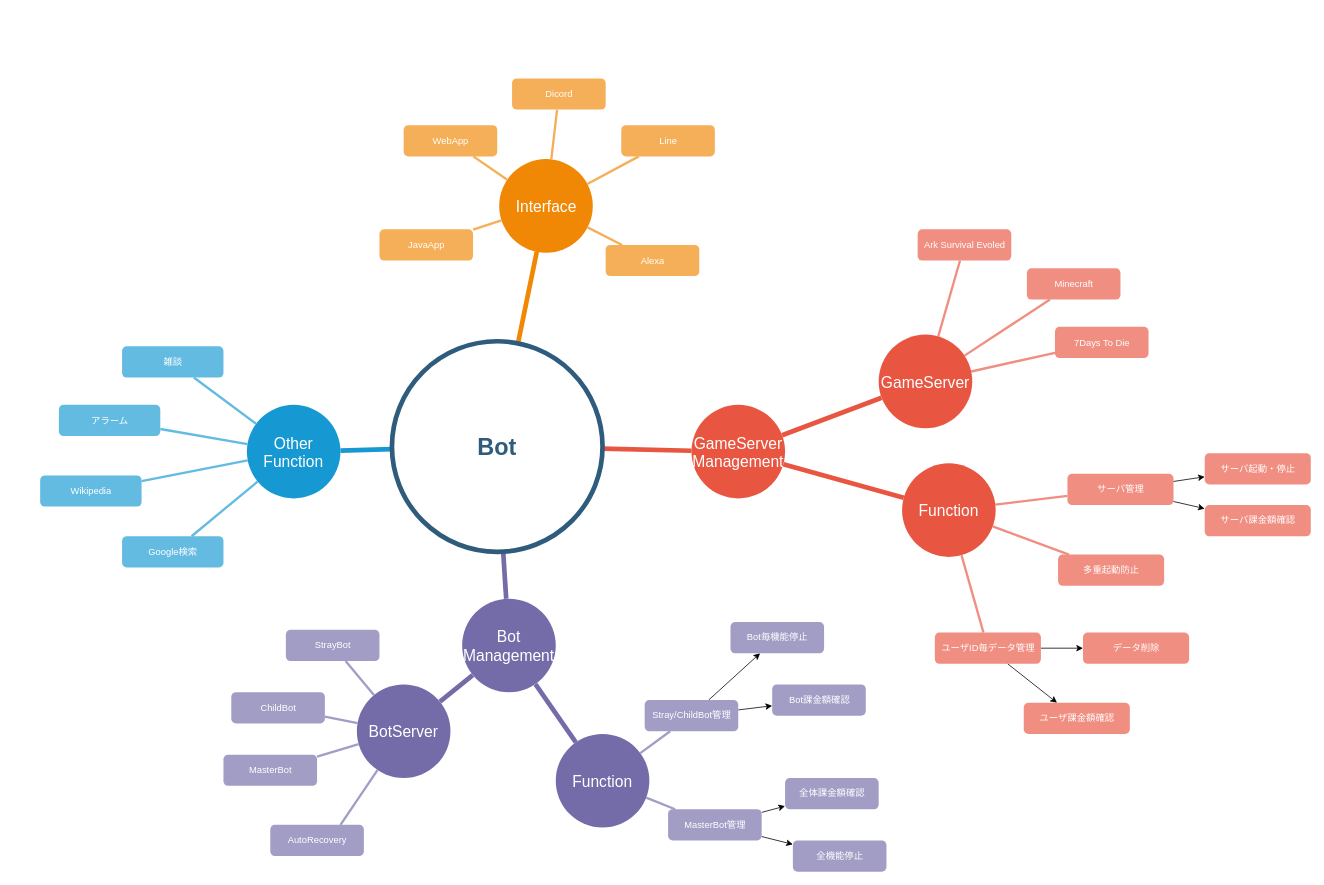
The draw.io diagram mindmap.drawio in Lyne2020/SabacanBot, before the edit. Source tidied: cells renumbered, new cells numbered last; positions are measured from the earlier drawing's top-left corner, leaving out a move shared by most shapes. Both pictures are drawn from the tidied source at 78%, with x=0, y=0 at pixel (40, 78).
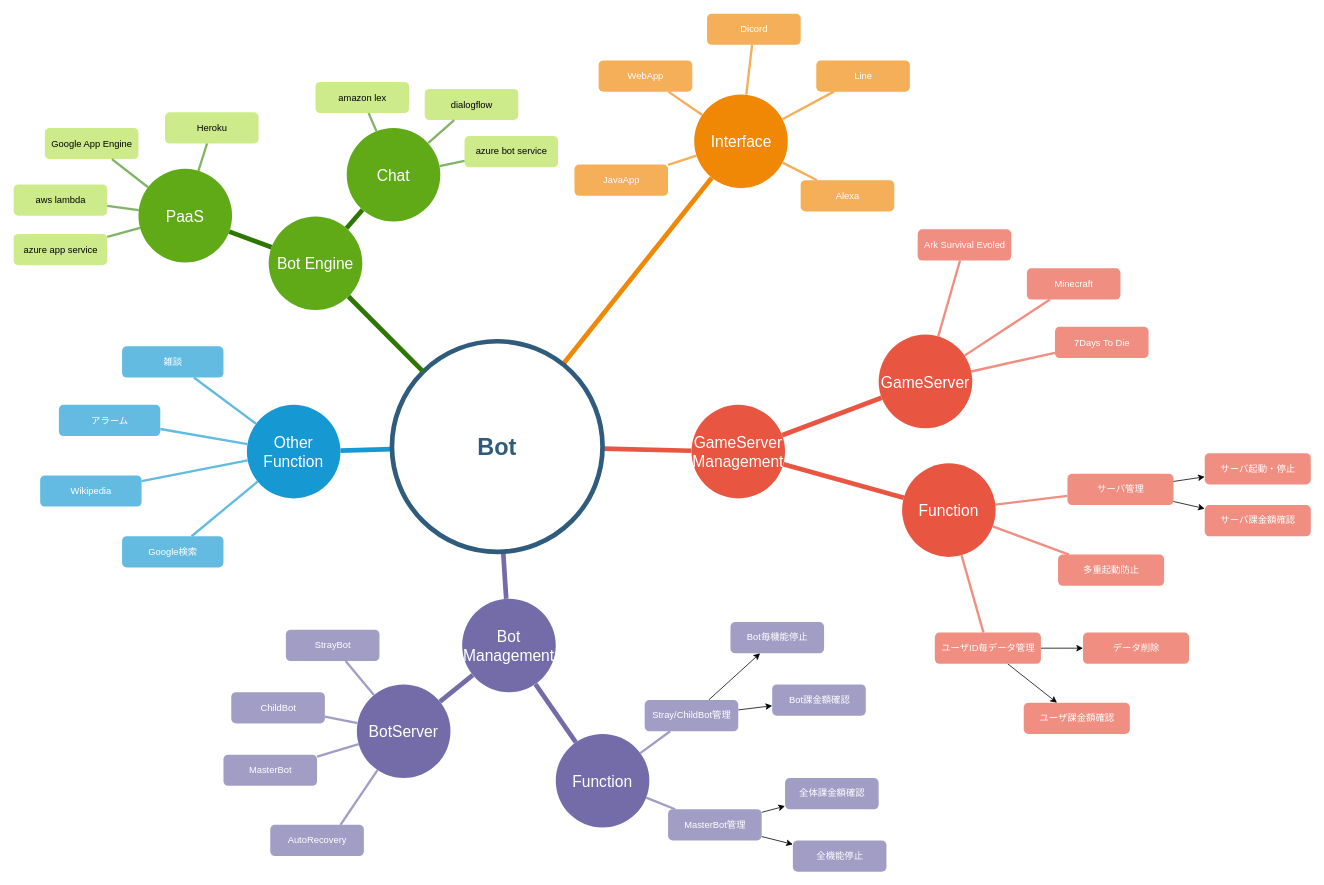
Above is the later version.

The change refers to these unchanged cells:
```xml
<mxCell id="29" value="Bot" style="ellipse;whiteSpace=wrap;html=1;shadow=0;fontFamily=Helvetica;fontSize=30;fontColor=#2F5B7C;align=center;strokeColor=#2F5B7C;strokeWidth=6;fillColor=#FFFFFF;fontStyle=1;gradientColor=none;" parent="1" vertex="1">
  <mxGeometry x="451" y="337" width="270" height="270" as="geometry" />
</mxCell>
```

What changed in the source:
```diff
@@
     <mxCell id="3" value="Interface" style="ellipse;whiteSpace=wrap;html=1;shadow=0;fontFamily=Helvetica;fontSize=20;fontColor=#FFFFFF;align=center;strokeWidth=3;fillColor=#F08705;strokeColor=none;gradientColor=none;" parent="1" vertex="1">
-      <mxGeometry x="588.5" y="103.5" width="120" height="120" as="geometry" />
+      <mxGeometry x="838.5" y="20.5" width="120" height="120" as="geometry" />
     </mxCell>
@@
     <mxCell id="17" value="WebApp" style="rounded=1;fillColor=#f5af58;strokeColor=none;strokeWidth=3;shadow=0;html=1;fontColor=#FFFFFF;" parent="1" vertex="1">
-      <mxGeometry x="466" y="60" width="120" height="40" as="geometry" />
+      <mxGeometry x="716" y="-23" width="120" height="40" as="geometry" />
     </mxCell>
     <mxCell id="18" value="JavaApp" style="rounded=1;fillColor=#f5af58;strokeColor=none;strokeWidth=3;shadow=0;html=1;fontColor=#FFFFFF;" parent="1" vertex="1">
-      <mxGeometry x="435" y="193.5" width="120" height="40" as="geometry" />
+      <mxGeometry x="685" y="110.5" width="120" height="40" as="geometry" />
     </mxCell>
     <mxCell id="19" value="Dicord" style="rounded=1;fillColor=#f5af58;strokeColor=none;strokeWidth=3;shadow=0;html=1;fontColor=#FFFFFF;" parent="1" vertex="1">
-      <mxGeometry x="605" width="120" height="40" as="geometry" />
+      <mxGeometry x="855" y="-83" width="120" height="40" as="geometry" />
     </mxCell>
     <mxCell id="20" value="Line" style="rounded=1;fillColor=#f5af58;strokeColor=none;strokeWidth=3;shadow=0;html=1;fontColor=#FFFFFF;" parent="1" vertex="1">
-      <mxGeometry x="745" y="60" width="120" height="40" as="geometry" />
+      <mxGeometry x="995" y="-23" width="120" height="40" as="geometry" />
     </mxCell>
     <mxCell id="21" style="edgeStyle=none;endArrow=none;strokeWidth=3;strokeColor=#F5AF58;html=1;" parent="1" edge="1" source="3" target="17">
-      <mxGeometry x="3.5" y="21.5" as="geometry" />
+      <mxGeometry x="253.5" y="-61.5" as="geometry" />
     </mxCell>
     <mxCell id="22" style="edgeStyle=none;endArrow=none;strokeWidth=3;strokeColor=#F5AF58;html=1;" parent="1" edge="1" source="3" target="18">
-      <mxGeometry x="3.5" y="21.5" as="geometry" />
+      <mxGeometry x="253.5" y="-61.5" as="geometry" />
     </mxCell>
     <mxCell id="23" style="edgeStyle=none;endArrow=none;strokeWidth=3;strokeColor=#F5AF58;html=1;" parent="1" edge="1" source="3" target="19">
-      <mxGeometry x="3.5" y="21.5" as="geometry" />
+      <mxGeometry x="253.5" y="-61.5" as="geometry" />
     </mxCell>
     <mxCell id="24" style="edgeStyle=none;endArrow=none;strokeWidth=3;strokeColor=#F5AF58;html=1;" parent="1" edge="1" source="3" target="20">
-      <mxGeometry x="3.5" y="21.5" as="geometry" />
+      <mxGeometry x="253.5" y="-61.5" as="geometry" />
     </mxCell>
@@
     <mxCell id="74" value="Alexa" style="rounded=1;fillColor=#f5af58;strokeColor=none;strokeWidth=3;shadow=0;html=1;fontColor=#FFFFFF;" parent="1" vertex="1">
-      <mxGeometry x="725" y="213.5" width="120" height="40" as="geometry" />
+      <mxGeometry x="975" y="130.5" width="120" height="40" as="geometry" />
     </mxCell>
     <mxCell id="75" style="edgeStyle=none;endArrow=none;strokeWidth=3;strokeColor=#F5AF58;html=1;" parent="1" edge="1" source="3" target="74">
-      <mxGeometry x="13.5" y="31.5" as="geometry" />
+      <mxGeometry x="263.5" y="-51.5" as="geometry" />
     </mxCell>
@@
+    <mxCell id="78" value="Bot Engine" style="ellipse;whiteSpace=wrap;html=1;shadow=0;fontFamily=Helvetica;fontSize=20;align=center;strokeWidth=3;fillColor=#60a917;strokeColor=none;fontColor=#ffffff;" parent="1" vertex="1">
+      <mxGeometry x="293" y="177" width="120" height="120" as="geometry" />
+    </mxCell>
+    <mxCell id="79" style="endArrow=none;strokeWidth=6;strokeColor=#2D7600;html=1;fillColor=#60a917;" parent="1" edge="1" source="29" target="78">
+      <mxGeometry relative="1" as="geometry" />
+    </mxCell>
+    <mxCell id="80" value="Heroku" style="rounded=1;fillColor=#cdeb8b;strokeColor=none;strokeWidth=3;shadow=0;html=1;fontColor=#000000;" parent="1" vertex="1">
+      <mxGeometry x="160" y="43.5" width="120" height="40" as="geometry" />
+    </mxCell>
+    <mxCell id="81" style="edgeStyle=none;endArrow=none;strokeWidth=3;strokeColor=#82b366;html=1;fillColor=#d5e8d4;" parent="1" edge="1" source="82" target="80">
+      <mxGeometry x="334.5" y="147.5" as="geometry" />
+    </mxCell>
+    <mxCell id="82" value="PaaS" style="ellipse;whiteSpace=wrap;html=1;shadow=0;fontFamily=Helvetica;fontSize=20;align=center;strokeWidth=3;fillColor=#60a917;strokeColor=none;fontColor=#ffffff;" parent="1" vertex="1">
+      <mxGeometry x="126" y="116" width="120" height="120" as="geometry" />
+    </mxCell>
+    <mxCell id="83" value="Google App Engine" style="rounded=1;fillColor=#cdeb8b;strokeColor=none;strokeWidth=3;shadow=0;html=1;fontColor=#000000;" parent="1" vertex="1">
+      <mxGeometry x="6" y="63.5" width="120" height="40" as="geometry" />
+    </mxCell>
+    <mxCell id="84" style="edgeStyle=none;endArrow=none;strokeWidth=3;strokeColor=#82b366;html=1;fillColor=#d5e8d4;" parent="1" edge="1" source="82" target="83">
+      <mxGeometry x="-95.5" y="85" as="geometry" />
+    </mxCell>
+    <mxCell id="85" value="Chat" style="ellipse;whiteSpace=wrap;html=1;shadow=0;fontFamily=Helvetica;fontSize=20;align=center;strokeWidth=3;fillColor=#60a917;strokeColor=none;fontColor=#ffffff;" parent="1" vertex="1">
+      <mxGeometry x="393" y="63.5" width="120" height="120" as="geometry" />
+    </mxCell>
+    <mxCell id="86" style="endArrow=none;strokeWidth=6;strokeColor=#2D7600;html=1;fillColor=#60a917;" parent="1" edge="1" source="85" target="78">
+      <mxGeometry relative="1" as="geometry" />
+    </mxCell>
+    <mxCell id="87" style="endArrow=none;strokeWidth=6;strokeColor=#2D7600;html=1;fillColor=#60a917;" parent="1" edge="1" source="82" target="78">
+      <mxGeometry relative="1" as="geometry" />
+    </mxCell>
+    <mxCell id="88" value="aws lambda" style="rounded=1;fillColor=#cdeb8b;strokeColor=none;strokeWidth=3;shadow=0;html=1;fontColor=#000000;" parent="1" vertex="1">
+      <mxGeometry x="-34" y="136" width="120" height="40" as="geometry" />
+    </mxCell>
+    <mxCell id="89" style="edgeStyle=none;endArrow=none;strokeWidth=3;strokeColor=#82b366;html=1;fillColor=#d5e8d4;" parent="1" edge="1" source="82" target="88">
+      <mxGeometry x="-145.5" y="157.5" as="geometry" />
+    </mxCell>
+    <mxCell id="90" value="azure app service" style="rounded=1;fillColor=#cdeb8b;strokeColor=none;strokeWidth=3;shadow=0;html=1;fontColor=#000000;" parent="1" vertex="1">
+      <mxGeometry x="-34" y="199.5" width="120" height="40" as="geometry" />
+    </mxCell>
+    <mxCell id="91" style="edgeStyle=none;endArrow=none;strokeWidth=3;strokeColor=#82b366;html=1;fillColor=#d5e8d4;" parent="1" edge="1" source="82" target="90">
+      <mxGeometry x="-135.5" y="167.5" as="geometry" />
+    </mxCell>
+    <mxCell id="92" value="dialogflow" style="rounded=1;fillColor=#cdeb8b;strokeColor=none;strokeWidth=3;shadow=0;html=1;fontColor=#000000;" parent="1" vertex="1">
+      <mxGeometry x="493" y="13.5" width="120" height="40" as="geometry" />
+    </mxCell>
+    <mxCell id="93" style="edgeStyle=none;endArrow=none;strokeWidth=3;strokeColor=#82b366;html=1;fillColor=#d5e8d4;" parent="1" edge="1" source="85" target="92">
+      <mxGeometry x="667.5" y="117.5" as="geometry" />
+    </mxCell>
+    <mxCell id="94" value="azure bot service" style="rounded=1;fillColor=#cdeb8b;strokeColor=none;strokeWidth=3;shadow=0;html=1;fontColor=#000000;" parent="1" vertex="1">
+      <mxGeometry x="544" y="74" width="120" height="40" as="geometry" />
+    </mxCell>
+    <mxCell id="95" style="edgeStyle=none;endArrow=none;strokeWidth=3;strokeColor=#82b366;html=1;fillColor=#d5e8d4;" parent="1" edge="1" source="85" target="94">
+      <mxGeometry x="718.5" y="178" as="geometry" />
+    </mxCell>
+    <mxCell id="96" value="amazon lex" style="rounded=1;fillColor=#cdeb8b;strokeColor=none;strokeWidth=3;shadow=0;html=1;fontColor=#000000;" parent="1" vertex="1">
+      <mxGeometry x="353" y="4.5" width="120" height="40" as="geometry" />
+    </mxCell>
+    <mxCell id="97" style="edgeStyle=none;endArrow=none;strokeWidth=3;strokeColor=#82b366;html=1;fillColor=#d5e8d4;" parent="1" edge="1" source="85" target="96">
+      <mxGeometry x="527.5" y="108.5" as="geometry" />
+    </mxCell>
```
